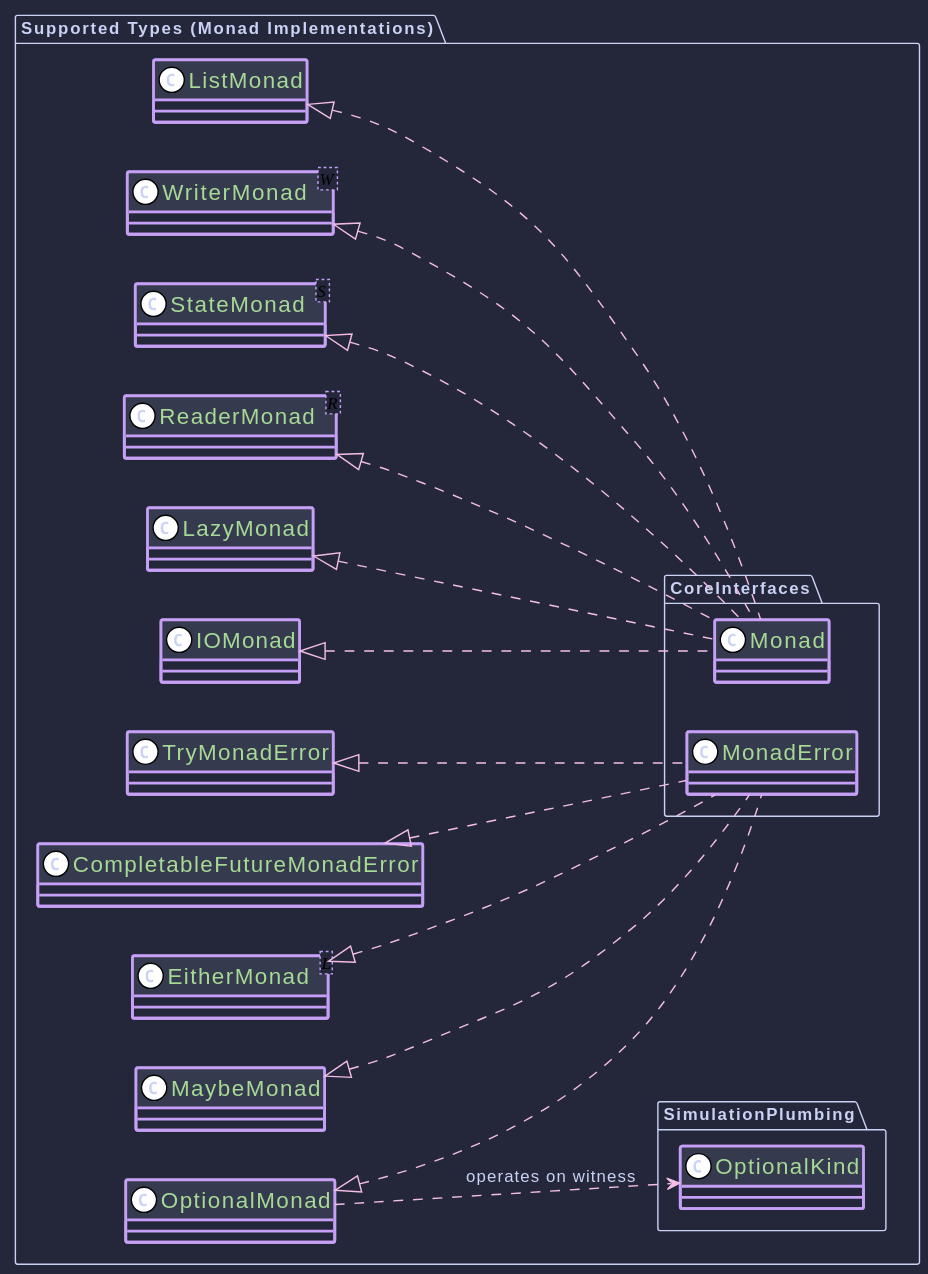
Earlier version of the PlantUML export hkj-book/src/images/puml/supported_types.svg (higher-kinded-j/higher-kinded-j).
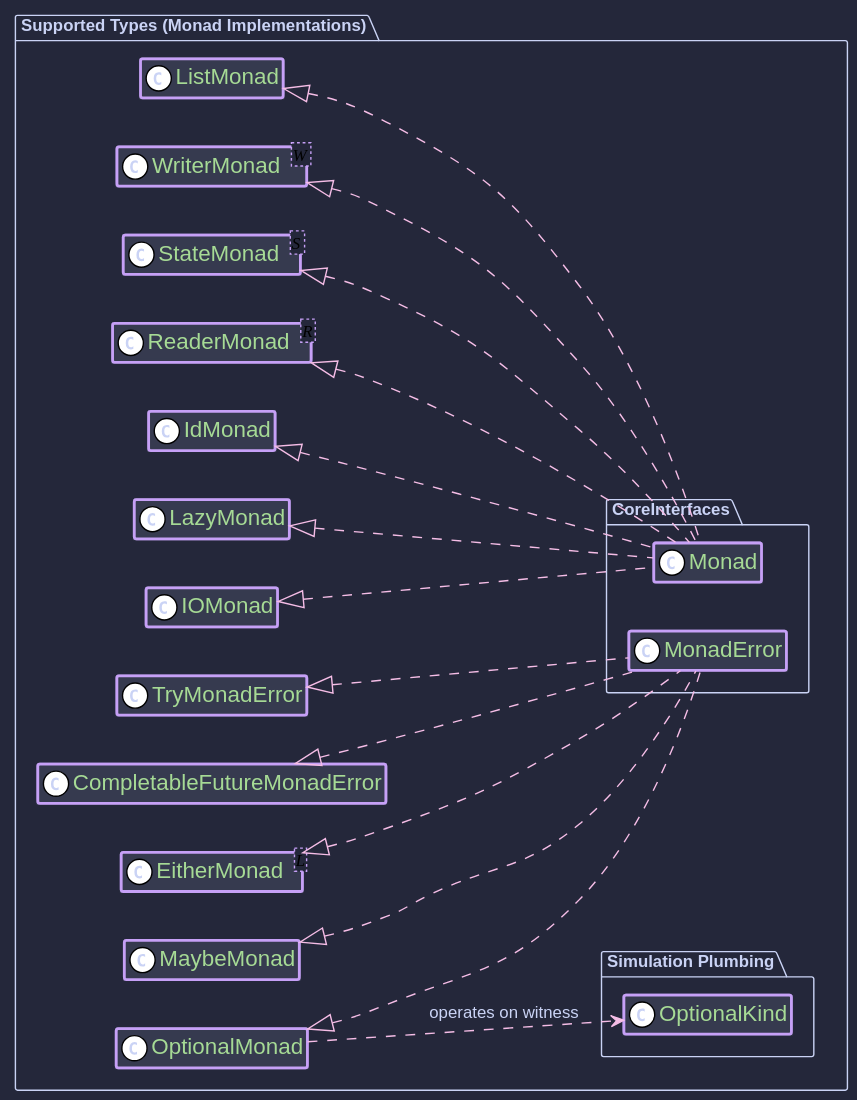
After the commit.

Diff of the diagram source:
```diff
@@ -1,6 +1,7 @@
 @startuml
 !theme plain
 !include https://raw.githubusercontent.com/ncosta-ic/catppuccin-macchiato-plantuml-theme/main/theme.puml
+hide empty members
 
 left to right direction
 
@@ -13,6 +14,7 @@
     class TryMonadError
     class IOMonad
     class LazyMonad
+    class IdMonad
     class "ReaderMonad<R>" as ReaderMonad
     class "StateMonad<S>" as StateMonad
     class "WriterMonad<W>" as WriterMonad
@@ -23,12 +25,13 @@
     EitherMonad <|.. CoreInterfaces.MonadError
     CompletableFutureMonadError <|.. CoreInterfaces.MonadError
     TryMonadError <|.. CoreInterfaces.MonadError
+    IdMonad <|.. CoreInterfaces.Monad
     IOMonad <|.. CoreInterfaces.Monad
     LazyMonad <|.. CoreInterfaces.Monad
     ReaderMonad <|.. CoreInterfaces.Monad
     StateMonad <|.. CoreInterfaces.Monad
     WriterMonad <|.. CoreInterfaces.Monad
 
-    OptionalMonad ..> SimulationPlumbing.OptionalKind : operates on witness
+    OptionalMonad ..> "Simulation Plumbing.OptionalKind" : operates on witness
 }
 @enduml
```
